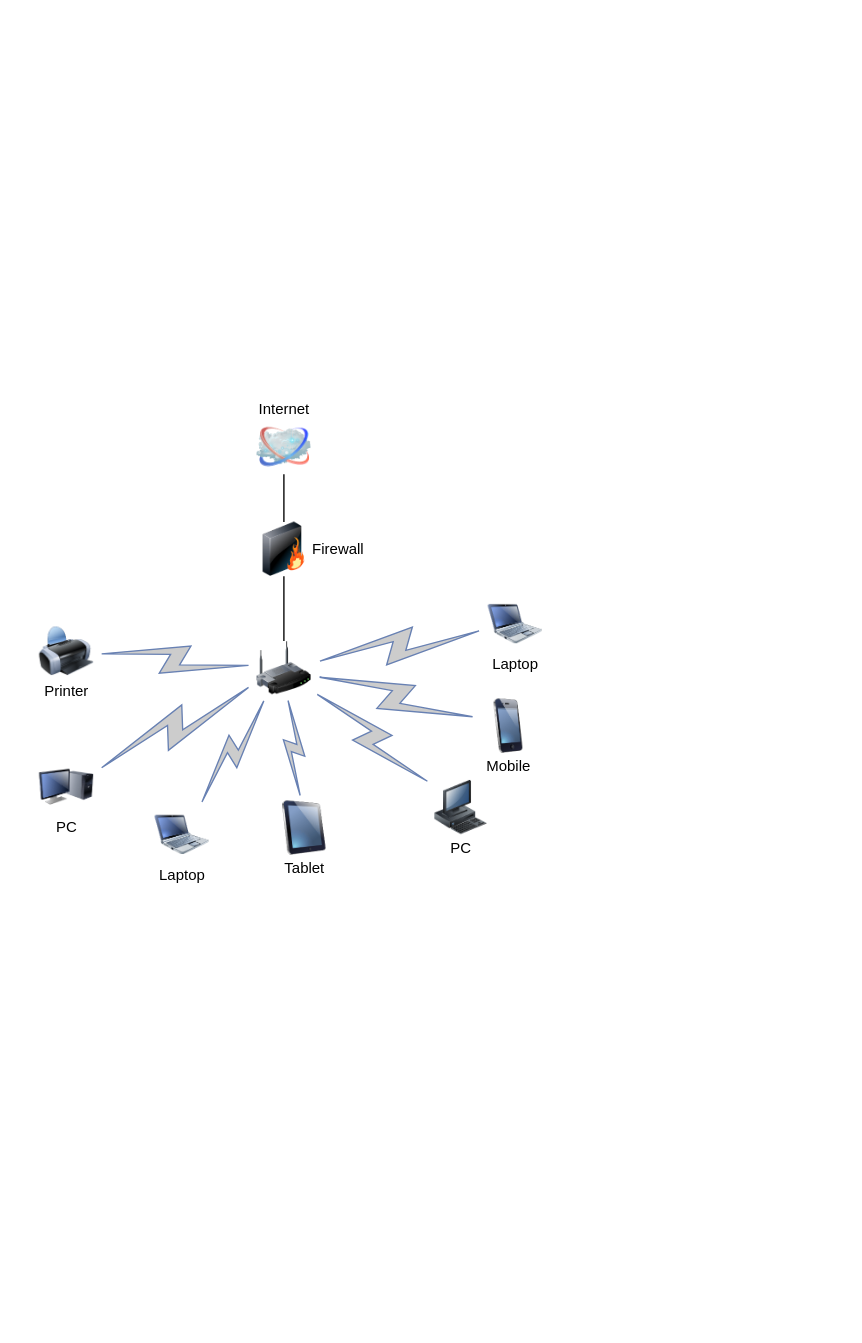
This is Untitled Diagram.drawio from lpali/jfinal, a draw.io file, before an edit. Source tidied: cells renumbered, new cells numbered last; positions are measured from the earlier drawing's top-left corner, leaving out a move shared by most shapes. Both pictures are drawn from the tidied source at 68%, with x=0, y=0 at pixel (39, 420).
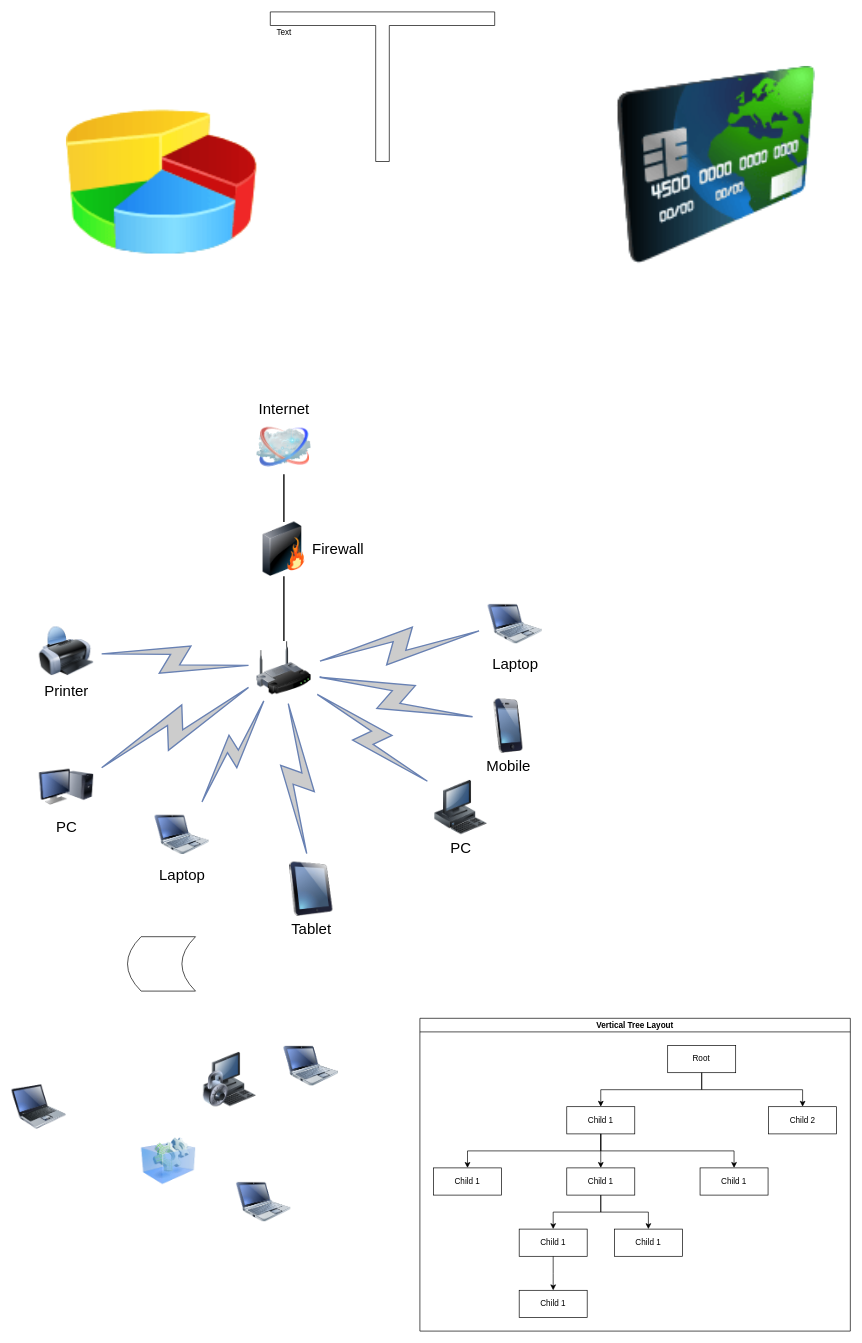
After the change.

What changed in the source:
```diff
@@
+    <mxCell id="21" parent="0" />
+    <mxCell id="22" style="shape=tee;whiteSpace=wrap;html=1;" parent="21" vertex="1">
+      <mxGeometry x="340" y="-600" width="330" height="220" as="geometry" />
+    </mxCell>
+    <mxCell id="23" value="Text" style="text;html=1;align=center;verticalAlign=middle;strokeColor=none;" parent="21" vertex="1">
+      <mxGeometry x="340" y="-580" width="40" height="20" as="geometry" />
+    </mxCell>
+    <mxCell id="24" style="image;html=1;image=img/lib/clip_art/finance/Pie_Chart_128x128.png;" parent="21" vertex="1">
+      <mxGeometry x="40" y="-500" width="280" height="300" as="geometry" />
+    </mxCell>
+    <mxCell id="25" style="image;html=1;image=img/lib/clip_art/finance/Credit_Card_128x128.png;" parent="21" vertex="1">
+      <mxGeometry x="840" y="-520" width="310" height="290" as="geometry" />
+    </mxCell>
@@
     <mxCell id="7" value="Tablet" style="image;html=1;labelBackgroundColor=#ffffff;image=img/lib/clip_art/computers/iPad_128x128.png;rounded=1;shadow=0;comic=0;strokeWidth=2;fontSize=22;" parent="1" vertex="1">
-      <mxGeometry x="350" y="560" width="80" height="80" as="geometry" />
+      <mxGeometry x="360" y="650" width="80" height="80" as="geometry" />
     </mxCell>
@@
+    <mxCell id="26" style="shape=dataStorage;whiteSpace=wrap;html=1;fixedSize=1;" parent="1" vertex="1">
+      <mxGeometry x="130" y="760" width="100" height="80" as="geometry" />
+    </mxCell>
+    <mxCell id="27" value="Vertical Tree Layout" style="swimlane;startSize=20;horizontal=1;horizontalTree=0;containerType=tree;" parent="1" vertex="1">
+      <mxGeometry x="560" y="880" width="633" height="460" as="geometry" />
+    </mxCell>
+    <mxCell id="28" value="Root" style="whiteSpace=wrap;html=1;" parent="27" vertex="1">
+      <mxGeometry x="364.4" y="40" width="100" height="40" as="geometry" />
+    </mxCell>
+    <mxCell id="29" value="Child 1" style="whiteSpace=wrap;html=1;" parent="27" vertex="1">
+      <mxGeometry x="216" y="130" width="100" height="40" as="geometry" />
+    </mxCell>
+    <mxCell id="30" style="edgeStyle=elbowEdgeStyle;elbow=vertical;html=1;rounded=0;" parent="27" edge="1" source="28" target="29">
+      <mxGeometry relative="1" as="geometry" />
+    </mxCell>
+    <mxCell id="31" value="Child 2" style="whiteSpace=wrap;html=1;" parent="27" vertex="1">
+      <mxGeometry x="512.8" y="130" width="100" height="40" as="geometry" />
+    </mxCell>
+    <mxCell id="32" style="edgeStyle=elbowEdgeStyle;elbow=vertical;html=1;rounded=0;" parent="27" edge="1" source="28" target="31">
+      <mxGeometry relative="1" as="geometry" />
+    </mxCell>
+    <mxCell id="33" style="edgeStyle=elbowEdgeStyle;elbow=vertical;html=1;rounded=0;" parent="27" edge="1" source="29" target="34">
+      <mxGeometry relative="1" as="geometry" />
+    </mxCell>
+    <mxCell id="34" value="Child 1" style="whiteSpace=wrap;html=1;" parent="27" vertex="1">
+      <mxGeometry x="20" y="220" width="100" height="40" as="geometry" />
+    </mxCell>
+    <mxCell id="35" style="edgeStyle=elbowEdgeStyle;elbow=vertical;html=1;rounded=0;" parent="27" edge="1" source="29" target="42">
+      <mxGeometry relative="1" as="geometry" />
+    </mxCell>
+    <mxCell id="36" value="Child 1" style="whiteSpace=wrap;html=1;" parent="27" vertex="1">
+      <mxGeometry x="146" y="310" width="100" height="40" as="geometry" />
+    </mxCell>
+    <mxCell id="37" style="edgeStyle=elbowEdgeStyle;elbow=vertical;html=1;rounded=0;" parent="27" edge="1" source="29" target="38">
+      <mxGeometry relative="1" as="geometry" />
+    </mxCell>
+    <mxCell id="38" value="Child 1" style="whiteSpace=wrap;html=1;" parent="27" vertex="1">
+      <mxGeometry x="412" y="220" width="100" height="40" as="geometry" />
+    </mxCell>
+    <mxCell id="39" style="edgeStyle=elbowEdgeStyle;elbow=vertical;html=1;rounded=0;" parent="27" edge="1" source="36" target="40">
+      <mxGeometry relative="1" as="geometry" />
+    </mxCell>
+    <mxCell id="40" value="Child 1" style="whiteSpace=wrap;html=1;" parent="27" vertex="1">
+      <mxGeometry x="146" y="400" width="100" height="40" as="geometry" />
+    </mxCell>
+    <mxCell id="41" style="edgeStyle=elbowEdgeStyle;elbow=vertical;html=1;rounded=0;" parent="27" edge="1" source="42" target="36">
+      <mxGeometry relative="1" as="geometry" />
+    </mxCell>
+    <mxCell id="42" value="Child 1" style="whiteSpace=wrap;html=1;" parent="27" vertex="1">
+      <mxGeometry x="216" y="220" width="100" height="40" as="geometry" />
+    </mxCell>
+    <mxCell id="43" style="edgeStyle=elbowEdgeStyle;elbow=vertical;html=1;rounded=0;" parent="27" edge="1" source="42" target="44">
+      <mxGeometry relative="1" as="geometry" />
+    </mxCell>
+    <mxCell id="44" value="Child 1" style="whiteSpace=wrap;html=1;" parent="27" vertex="1">
+      <mxGeometry x="286" y="310" width="100" height="40" as="geometry" />
+    </mxCell>
+    <mxCell id="45" style="image;html=1;image=img/lib/clip_art/computers/Laptop_128x128.png;" parent="1" vertex="1">
+      <mxGeometry x="-40" y="970" width="80" height="80" as="geometry" />
+    </mxCell>
+    <mxCell id="46" style="image;html=1;image=img/lib/clip_art/computers/Netbook_128x128.png;" parent="1" vertex="1">
+      <mxGeometry x="360" y="910" width="80" height="80" as="geometry" />
+    </mxCell>
+    <mxCell id="47" style="image;html=1;image=img/lib/clip_art/computers/Netbook_128x128.png;" parent="1" vertex="1">
+      <mxGeometry x="360" y="910" width="80" height="80" as="geometry" />
+    </mxCell>
+    <mxCell id="48" style="image;html=1;image=img/lib/clip_art/computers/Netbook_128x128.png;" parent="1" vertex="1">
+      <mxGeometry x="290" y="1110" width="80" height="80" as="geometry" />
+    </mxCell>
+    <mxCell id="49" style="image;html=1;image=img/lib/clip_art/computers/Secure_System_128x128.png;" parent="1" vertex="1">
+      <mxGeometry x="240" y="930" width="80" height="80" as="geometry" />
+    </mxCell>
+    <mxCell id="50" style="image;html=1;image=img/lib/clip_art/computers/Virtual_Application_128x128.png;" parent="1" vertex="1">
+      <mxGeometry x="150" y="1050" width="80" height="80" as="geometry" />
+    </mxCell>
```
